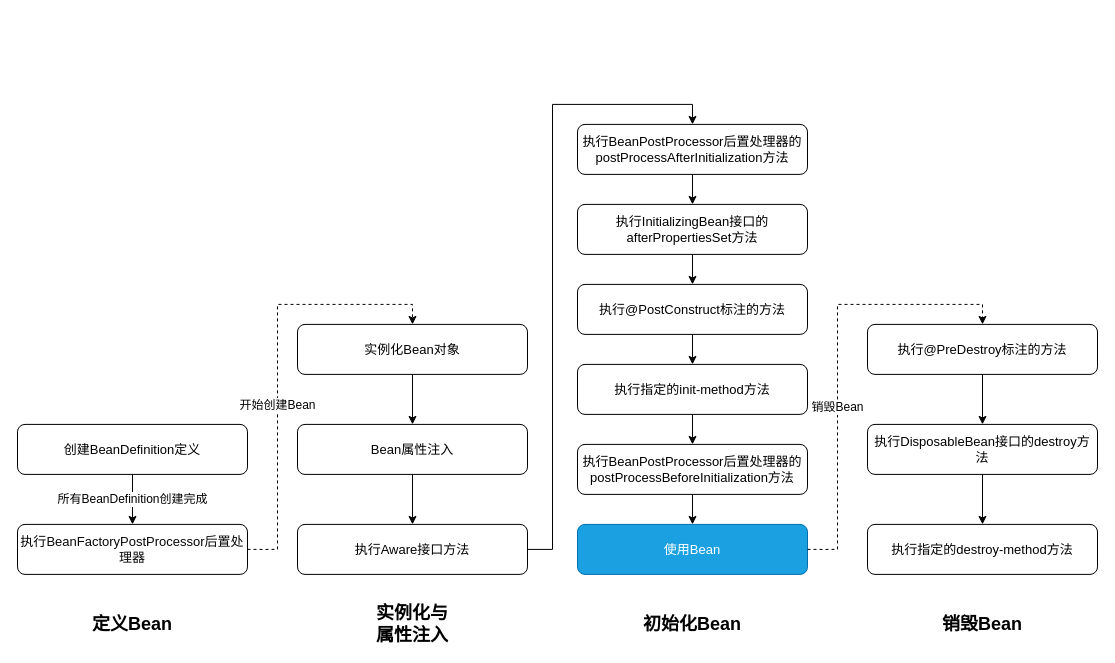
nineya/framework-study keeps this draw.io diagram as docs/spring.drawio. Above is the earlier version. Source tidied: cells renumbered, new cells numbered last; positions are measured from the earlier drawing's top-left corner, leaving out a move shared by most shapes. Both pictures are drawn from the tidied source at 100%, with x=0, y=0 at pixel (17, 124).
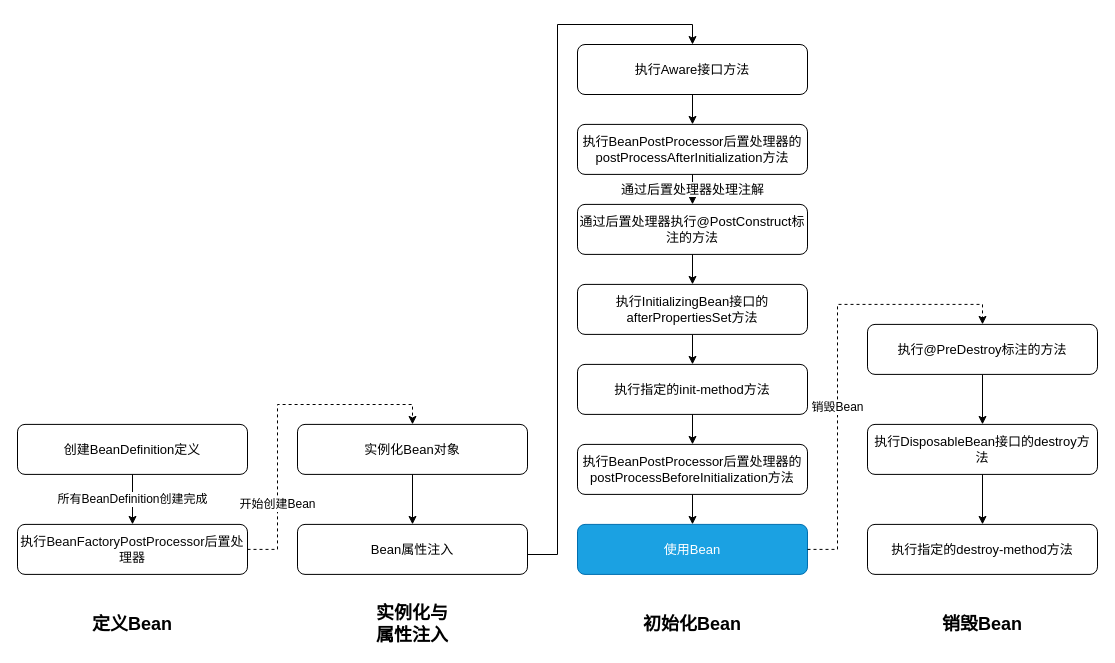
The same page after the edit.

Commit message (it also covers changes not shown here):
perf(spring): bean生命周期修改

Unchanged cells that the change refers to:
```xml
<mxCell id="8" value="执行&lt;span style=&quot;background-color: rgb(255, 255, 255); font-family: &amp;quot;jetbrains mono&amp;quot;; font-size: 13px;&quot;&gt;BeanPostProcessor后置处理器的&lt;/span&gt;&lt;font face=&quot;jetbrains mono&quot; style=&quot;font-size: 13px;&quot;&gt;&lt;span style=&quot;font-size: 13px;&quot;&gt;postProcessAfterInitialization方法&lt;/span&gt;&lt;/font&gt;" style="rounded=1;whiteSpace=wrap;html=1;fontSize=13;" parent="1" vertex="1">
  <mxGeometry x="560" y="-0.1" width="230" height="50" as="geometry" />
</mxCell>
<mxCell id="26" value="创建&lt;span style=&quot;background-color: rgb(255, 255, 255); font-family: &amp;quot;jetbrains mono&amp;quot;; font-size: 13px;&quot;&gt;BeanDefinition定义&lt;/span&gt;" style="rounded=1;whiteSpace=wrap;html=1;fontSize=13;" parent="1" vertex="1">
  <mxGeometry y="299.9" width="230" height="50" as="geometry" />
</mxCell>
<mxCell id="27" value="执行&lt;span style=&quot;background-color: rgb(255, 255, 255); color: rgb(8, 8, 8); font-family: &amp;quot;jetbrains mono&amp;quot;; font-size: 13px;&quot;&gt;BeanFactoryPostProcessor后置处理器&lt;/span&gt;" style="rounded=1;whiteSpace=wrap;html=1;fontSize=13;" parent="1" vertex="1">
  <mxGeometry y="399.9" width="230" height="50" as="geometry" />
</mxCell>
```

Diff of the diagram source:
```diff
@@
     <mxCell id="2" value="实例化Bean对象" style="rounded=1;whiteSpace=wrap;html=1;fontSize=13;" parent="1" vertex="1">
-      <mxGeometry x="280" y="199.9" width="230" height="50" as="geometry" />
+      <mxGeometry x="280" y="299.9" width="230" height="50" as="geometry" />
     </mxCell>
     <mxCell id="3" value="Bean属性注入" style="rounded=1;whiteSpace=wrap;html=1;fontSize=13;" parent="1" vertex="1">
-      <mxGeometry x="280" y="299.9" width="230" height="50" as="geometry" />
+      <mxGeometry x="280" y="399.9" width="230" height="50" as="geometry" />
     </mxCell>
@@
     <mxCell id="6" value="执行Aware接口方法" style="rounded=1;whiteSpace=wrap;html=1;fontSize=13;" parent="1" vertex="1">
-      <mxGeometry x="280" y="399.9" width="230" height="50" as="geometry" />
+      <mxGeometry x="560" y="-80" width="230" height="50" as="geometry" />
     </mxCell>
     <mxCell id="7" style="edgeStyle=orthogonalEdgeStyle;rounded=0;jettySize=auto;html=1;fontSize=13;" parent="1" edge="1" source="3" target="6">
-      <mxGeometry relative="1" as="geometry" />
+      <mxGeometry relative="1" as="geometry">
+        <Array as="points">
+          <mxPoint x="540" y="430" />
+          <mxPoint x="540" y="-100" />
+          <mxPoint x="675" y="-100" />
+        </Array>
+      </mxGeometry>
     </mxCell>
@@
-    <mxCell id="9" value="执行&lt;span style=&quot;background-color: rgb(255, 255, 255); font-family: &amp;quot;jetbrains mono&amp;quot;; font-size: 13px;&quot;&gt;InitializingBean接口&lt;/span&gt;&lt;span style=&quot;background-color: rgb(255, 255, 255); font-family: &amp;quot;jetbrains mono&amp;quot;; font-size: 13px;&quot;&gt;的&lt;/span&gt;&lt;font face=&quot;jetbrains mono&quot; style=&quot;font-size: 13px;&quot;&gt;&lt;span style=&quot;font-size: 13px;&quot;&gt;afterPropertiesSet方法&lt;/span&gt;&lt;/font&gt;" style="rounded=1;whiteSpace=wrap;html=1;fontSize=13;" parent="1" vertex="1">
+    <mxCell id="9" value="通过后置处理器执行@PostConstruct标注的方法" style="rounded=1;whiteSpace=wrap;html=1;fontSize=13;" parent="1" vertex="1">
       <mxGeometry x="560" y="79.9" width="230" height="50" as="geometry" />
     </mxCell>
-    <mxCell id="10" style="edgeStyle=orthogonalEdgeStyle;rounded=0;jettySize=auto;html=1;entryX=0.5;entryY=0;entryDx=0;entryDy=0;fontSize=13;" parent="1" edge="1" source="8" target="9">
+    <mxCell id="10" value="通过后置处理器处理注解" style="edgeStyle=orthogonalEdgeStyle;rounded=0;jettySize=auto;html=1;entryX=0.5;entryY=0;entryDx=0;entryDy=0;fontSize=13;" parent="1" edge="1" source="8" target="9">
       <mxGeometry relative="1" as="geometry" />
     </mxCell>
@@
-    <mxCell id="17" value="执行@PostConstruct标注的方法" style="rounded=1;whiteSpace=wrap;html=1;fontSize=13;" parent="1" vertex="1">
+    <mxCell id="17" value="&lt;span&gt;执行&lt;/span&gt;&lt;span style=&quot;background-color: rgb(255 , 255 , 255) ; font-family: &amp;#34;jetbrains mono&amp;#34;&quot;&gt;InitializingBean接口&lt;/span&gt;&lt;span style=&quot;background-color: rgb(255 , 255 , 255) ; font-family: &amp;#34;jetbrains mono&amp;#34;&quot;&gt;的&lt;/span&gt;&lt;font face=&quot;jetbrains mono&quot;&gt;afterPropertiesSet方法&lt;/font&gt;" style="rounded=1;whiteSpace=wrap;html=1;fontSize=13;" parent="1" vertex="1">
       <mxGeometry x="560" y="159.9" width="230" height="50" as="geometry" />
     </mxCell>
@@
     <mxCell id="19" value="开始创建Bean" style="edgeStyle=orthogonalEdgeStyle;rounded=0;jettySize=auto;html=1;dashed=1;fontSize=12;exitX=1;exitY=0.5;exitDx=0;exitDy=0;" parent="1" edge="1" source="27" target="2">
-      <mxGeometry x="-0.19" relative="1" as="geometry">
+      <mxGeometry x="-0.55" relative="1" as="geometry">
         <Array as="points">
-          <mxPoint x="260" y="424.9" />
-          <mxPoint x="260" y="179.9" />
-          <mxPoint x="395" y="179.9" />
+          <mxPoint x="260" y="425" />
+          <mxPoint x="260" y="280" />
+          <mxPoint x="395" y="280" />
         </Array>
+        <mxPoint y="-1" as="offset" />
       </mxGeometry>
     </mxCell>
@@
     <mxCell id="28" value="所有&lt;span style=&quot;font-family: &amp;quot;jetbrains mono&amp;quot;; font-size: 12px;&quot;&gt;BeanDefinition创建完成&lt;/span&gt;" style="edgeStyle=orthogonalEdgeStyle;rounded=0;jettySize=auto;html=1;fontSize=12;" parent="1" edge="1" source="26" target="27">
-      <mxGeometry x="50" y="209.9" as="geometry" />
+      <mxGeometry x="50" y="319.9" as="geometry" />
     </mxCell>
```
